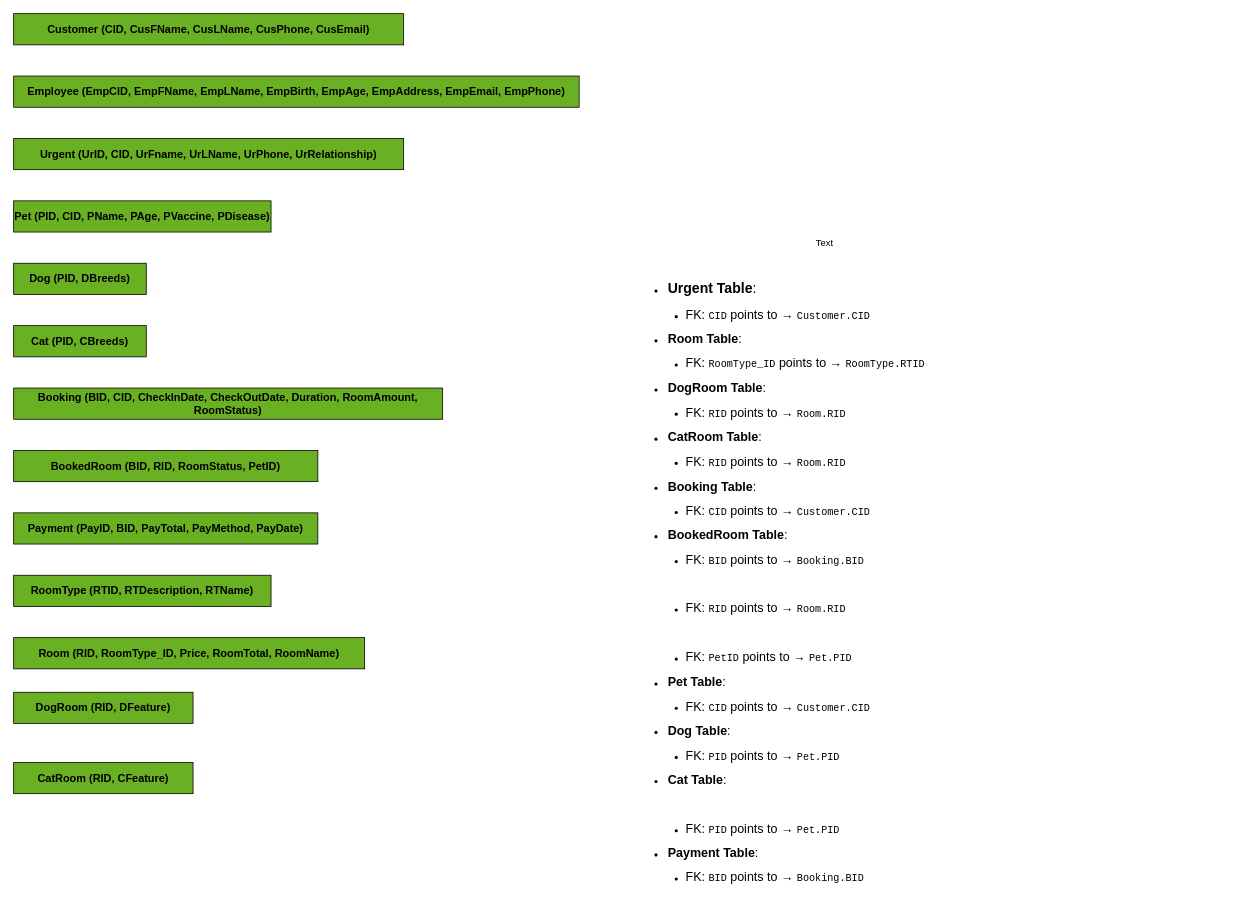
Earlier version of the draw.io diagram phase2.drawio (Poom5741/cs251ERD). Source tidied: cells renumbered, new cells numbered last; positions are measured from the earlier drawing's top-left corner, leaving out a move shared by most shapes. Both pictures are drawn from the tidied source at 78%, with x=0, y=0 at pixel (13, 13).
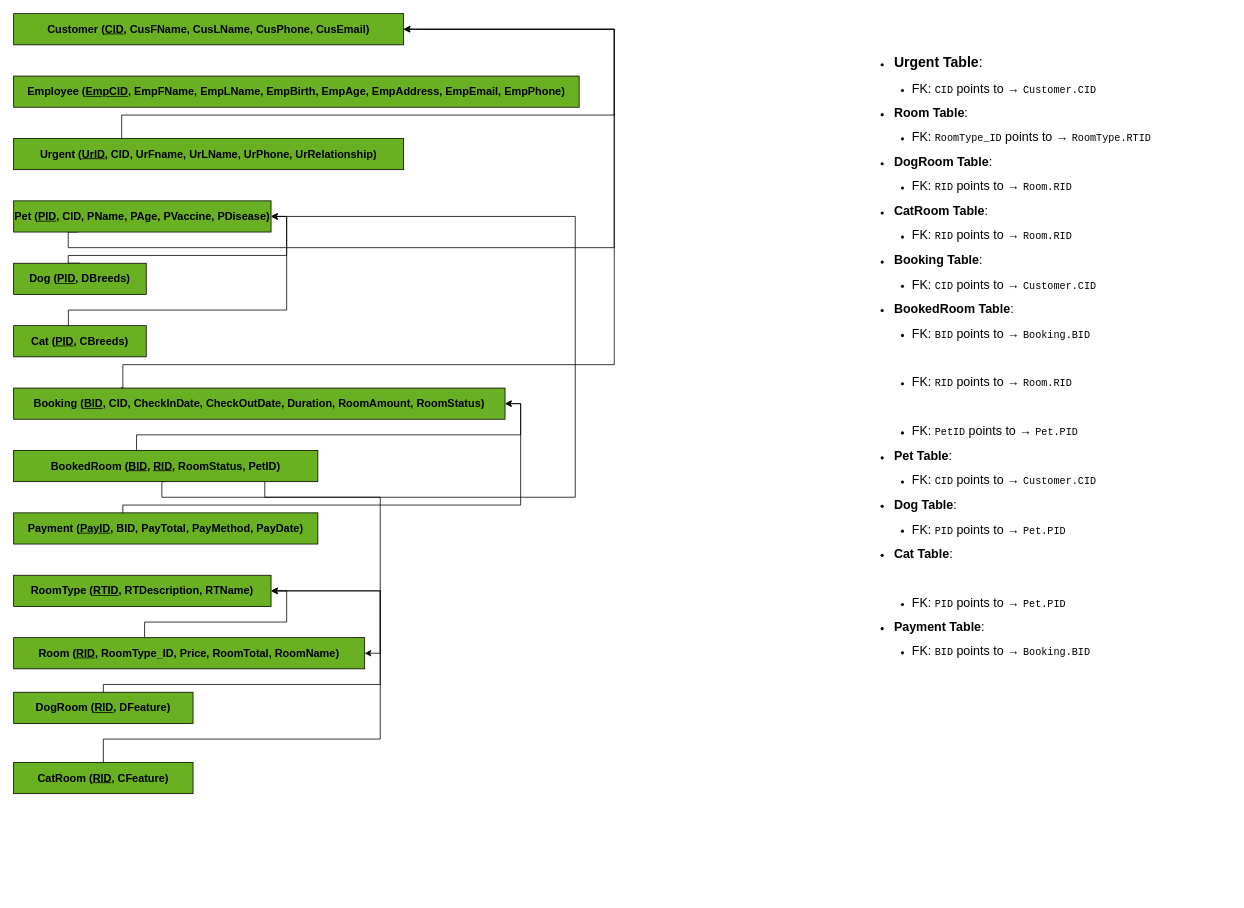
The same diagram, later.

What changed in the source:
```diff
@@
-    <mxCell id="2" value="Customer (CID, CusFName, CusLName, CusPhone, CusEmail)" style="rounded=0;whiteSpace=wrap;html=1;fillColor=#6AB023;fontStyle=1;fontSize=14;strokeColor=#000000;" parent="1" vertex="1">
+    <mxCell id="2" value="Customer (&lt;u&gt;CID&lt;/u&gt;, CusFName, CusLName, CusPhone, CusEmail)" style="rounded=0;whiteSpace=wrap;html=1;fillColor=#6AB023;fontStyle=1;fontSize=14;strokeColor=#000000;" parent="1" vertex="1">
       <mxGeometry width="500" height="40" as="geometry" />
     </mxCell>
-    <mxCell id="3" value="Employee (EmpCID, EmpFName, EmpLName, EmpBirth, EmpAge, EmpAddress, EmpEmail, EmpPhone)" style="rounded=0;whiteSpace=wrap;html=1;fillColor=#6AB023;fontStyle=1;fontSize=14;strokeColor=#000000;" parent="1" vertex="1">
+    <mxCell id="3" value="Employee (&lt;u&gt;EmpCID&lt;/u&gt;, EmpFName, EmpLName, EmpBirth, EmpAge, EmpAddress, EmpEmail, EmpPhone)" style="rounded=0;whiteSpace=wrap;html=1;fillColor=#6AB023;fontStyle=1;fontSize=14;strokeColor=#000000;" parent="1" vertex="1">
       <mxGeometry y="80" width="725" height="40" as="geometry" />
     </mxCell>
+    <mxCell id="17" style="edgeStyle=orthogonalEdgeStyle;rounded=0;jettySize=auto;html=1;exitX=0.277;exitY=0.954;exitDx=0;exitDy=0;entryX=1;entryY=0.5;entryDx=0;entryDy=0;exitPerimeter=0;" parent="1" edge="1" source="4" target="2">
+      <mxGeometry relative="1" as="geometry">
+        <Array as="points">
+          <mxPoint x="138" y="130" />
+          <mxPoint x="770" y="130" />
+          <mxPoint x="770" y="20" />
+        </Array>
+      </mxGeometry>
+    </mxCell>
-    <mxCell id="4" value="Urgent (UrID, CID, UrFname, UrLName, UrPhone, UrRelationship)" style="rounded=0;whiteSpace=wrap;html=1;fillColor=#6AB023;fontStyle=1;fontSize=14;strokeColor=#000000;" parent="1" vertex="1">
+    <mxCell id="4" value="Urgent (&lt;u&gt;UrID&lt;/u&gt;, CID, UrFname, UrLName, UrPhone, UrRelationship)" style="rounded=0;whiteSpace=wrap;html=1;fillColor=#6AB023;fontStyle=1;fontSize=14;strokeColor=#000000;" parent="1" vertex="1">
       <mxGeometry y="160" width="500" height="40" as="geometry" />
     </mxCell>
+    <mxCell id="18" style="edgeStyle=orthogonalEdgeStyle;rounded=0;jettySize=auto;html=1;exitX=0.373;exitY=-0.023;exitDx=0;exitDy=0;entryX=1;entryY=0.5;entryDx=0;entryDy=0;exitPerimeter=0;" parent="1" edge="1" source="5" target="6">
+      <mxGeometry relative="1" as="geometry" />
+    </mxCell>
-    <mxCell id="5" value="Room (RID, RoomType_ID, Price, RoomTotal, RoomName)" style="rounded=0;whiteSpace=wrap;html=1;fillColor=#6AB023;fontStyle=1;fontSize=14;strokeColor=#000000;" parent="1" vertex="1">
+    <mxCell id="5" value="Room (&lt;u&gt;RID&lt;/u&gt;, RoomType_ID, Price, RoomTotal, RoomName)" style="rounded=0;whiteSpace=wrap;html=1;fillColor=#6AB023;fontStyle=1;fontSize=14;strokeColor=#000000;" parent="1" vertex="1">
       <mxGeometry y="800" width="450" height="40" as="geometry" />
     </mxCell>
-    <mxCell id="6" value="RoomType (RTID, RTDescription, RTName)" style="rounded=0;whiteSpace=wrap;html=1;fillColor=#6AB023;fontStyle=1;fontSize=14;strokeColor=#000000;" parent="1" vertex="1">
+    <mxCell id="6" value="RoomType (&lt;u&gt;RTID&lt;/u&gt;, RTDescription, RTName)" style="rounded=0;whiteSpace=wrap;html=1;fillColor=#6AB023;fontStyle=1;fontSize=14;strokeColor=#000000;" parent="1" vertex="1">
       <mxGeometry y="720" width="330" height="40" as="geometry" />
     </mxCell>
+    <mxCell id="19" style="edgeStyle=orthogonalEdgeStyle;rounded=0;jettySize=auto;html=1;exitX=0.5;exitY=0;exitDx=0;exitDy=0;entryX=1;entryY=0.5;entryDx=0;entryDy=0;" parent="1" edge="1" source="7" target="6">
+      <mxGeometry relative="1" as="geometry">
+        <Array as="points">
+          <mxPoint x="115" y="860" />
+          <mxPoint x="470" y="860" />
+          <mxPoint x="470" y="740" />
+        </Array>
+      </mxGeometry>
+    </mxCell>
-    <mxCell id="7" value="DogRoom (RID, DFeature)" style="rounded=0;whiteSpace=wrap;html=1;fillColor=#6AB023;fontStyle=1;fontSize=14;strokeColor=#000000;" parent="1" vertex="1">
+    <mxCell id="7" value="DogRoom (&lt;u&gt;RID&lt;/u&gt;, DFeature)" style="rounded=0;whiteSpace=wrap;html=1;fillColor=#6AB023;fontStyle=1;fontSize=14;strokeColor=#000000;" parent="1" vertex="1">
       <mxGeometry y="870" width="230" height="40" as="geometry" />
     </mxCell>
+    <mxCell id="20" style="edgeStyle=orthogonalEdgeStyle;rounded=0;jettySize=auto;html=1;exitX=0.5;exitY=0;exitDx=0;exitDy=0;entryX=1;entryY=0.5;entryDx=0;entryDy=0;" parent="1" edge="1" source="8" target="6">
+      <mxGeometry relative="1" as="geometry">
+        <Array as="points">
+          <mxPoint x="115" y="930" />
+          <mxPoint x="470" y="930" />
+          <mxPoint x="470" y="740" />
+        </Array>
+      </mxGeometry>
+    </mxCell>
-    <mxCell id="8" value="CatRoom (RID, CFeature)" style="rounded=0;whiteSpace=wrap;html=1;fillColor=#6AB023;fontStyle=1;fontSize=14;strokeColor=#000000;" parent="1" vertex="1">
+    <mxCell id="8" value="CatRoom (&lt;u&gt;RID&lt;/u&gt;, CFeature)" style="rounded=0;whiteSpace=wrap;html=1;fillColor=#6AB023;fontStyle=1;fontSize=14;strokeColor=#000000;" parent="1" vertex="1">
       <mxGeometry y="960" width="230" height="40" as="geometry" />
     </mxCell>
+    <mxCell id="21" style="edgeStyle=orthogonalEdgeStyle;rounded=0;jettySize=auto;html=1;exitX=0.22;exitY=-0.035;exitDx=0;exitDy=0;entryX=1;entryY=0.5;entryDx=0;entryDy=0;exitPerimeter=0;" parent="1" edge="1" source="9" target="2">
+      <mxGeometry relative="1" as="geometry">
+        <Array as="points">
+          <mxPoint x="139" y="480" />
+          <mxPoint x="140" y="480" />
+          <mxPoint x="140" y="450" />
+          <mxPoint x="770" y="450" />
+          <mxPoint x="770" y="20" />
+        </Array>
+      </mxGeometry>
+    </mxCell>
-    <mxCell id="9" value="Booking (BID, CID, CheckInDate, CheckOutDate, Duration, RoomAmount, RoomStatus)" style="rounded=0;whiteSpace=wrap;html=1;fillColor=#6AB023;fontStyle=1;fontSize=14;strokeColor=#000000;" parent="1" vertex="1">
-      <mxGeometry y="480" width="550" height="40" as="geometry" />
+    <mxCell id="9" value="Booking (&lt;u&gt;BID&lt;/u&gt;, CID, CheckInDate, CheckOutDate, Duration, RoomAmount, RoomStatus)" style="rounded=0;whiteSpace=wrap;html=1;fillColor=#6AB023;fontStyle=1;fontSize=14;strokeColor=#000000;" parent="1" vertex="1">
+      <mxGeometry y="480" width="630" height="40" as="geometry" />
     </mxCell>
+    <mxCell id="22" style="edgeStyle=orthogonalEdgeStyle;rounded=0;jettySize=auto;html=1;exitX=0.404;exitY=-0.011;exitDx=0;exitDy=0;entryX=1;entryY=0.5;entryDx=0;entryDy=0;exitPerimeter=0;" parent="1" edge="1" source="10" target="9">
+      <mxGeometry relative="1" as="geometry" />
+    </mxCell>
+    <mxCell id="23" style="edgeStyle=orthogonalEdgeStyle;rounded=0;jettySize=auto;html=1;exitX=0.5;exitY=1;exitDx=0;exitDy=0;entryX=1;entryY=0.5;entryDx=0;entryDy=0;" parent="1" edge="1" source="10" target="5">
+      <mxGeometry relative="1" as="geometry">
+        <Array as="points">
+          <mxPoint x="190" y="600" />
+          <mxPoint x="190" y="620" />
+          <mxPoint x="470" y="620" />
+          <mxPoint x="470" y="820" />
+        </Array>
+      </mxGeometry>
+    </mxCell>
+    <mxCell id="24" style="edgeStyle=orthogonalEdgeStyle;rounded=0;jettySize=auto;html=1;entryX=1;entryY=0.5;entryDx=0;entryDy=0;" parent="1" edge="1" source="10" target="11">
+      <mxGeometry relative="1" as="geometry">
+        <Array as="points">
+          <mxPoint x="322" y="620" />
+          <mxPoint x="720" y="620" />
+          <mxPoint x="720" y="260" />
+        </Array>
+      </mxGeometry>
+    </mxCell>
-    <mxCell id="10" value="BookedRoom (BID, RID, RoomStatus, PetID)" style="rounded=0;whiteSpace=wrap;html=1;fillColor=#6AB023;fontStyle=1;fontSize=14;strokeColor=#000000;" parent="1" vertex="1">
+    <mxCell id="10" value="BookedRoom (&lt;u&gt;BID&lt;/u&gt;, &lt;u&gt;RID&lt;/u&gt;, RoomStatus, PetID)" style="rounded=0;whiteSpace=wrap;html=1;fillColor=#6AB023;fontStyle=1;fontSize=14;strokeColor=#000000;" parent="1" vertex="1">
       <mxGeometry y="560" width="390" height="40" as="geometry" />
     </mxCell>
+    <mxCell id="25" style="edgeStyle=orthogonalEdgeStyle;rounded=0;jettySize=auto;html=1;exitX=0.25;exitY=1;exitDx=0;exitDy=0;entryX=1;entryY=0.5;entryDx=0;entryDy=0;" parent="1" edge="1" source="11" target="2">
+      <mxGeometry relative="1" as="geometry">
+        <Array as="points">
+          <mxPoint x="70" y="280" />
+          <mxPoint x="70" y="300" />
+          <mxPoint x="770" y="300" />
+          <mxPoint x="770" y="20" />
+        </Array>
+      </mxGeometry>
+    </mxCell>
-    <mxCell id="11" value="Pet (PID, CID, PName, PAge, PVaccine, PDisease)" style="rounded=0;whiteSpace=wrap;html=1;fillColor=#6AB023;fontStyle=1;fontSize=14;strokeColor=#000000;" parent="1" vertex="1">
+    <mxCell id="11" value="Pet (&lt;u&gt;PID&lt;/u&gt;, CID, PName, PAge, PVaccine, PDisease)" style="rounded=0;whiteSpace=wrap;html=1;fillColor=#6AB023;fontStyle=1;fontSize=14;strokeColor=#000000;" parent="1" vertex="1">
       <mxGeometry y="240" width="330" height="40" as="geometry" />
     </mxCell>
+    <mxCell id="26" style="edgeStyle=orthogonalEdgeStyle;rounded=0;jettySize=auto;html=1;exitX=0.5;exitY=0;exitDx=0;exitDy=0;entryX=1;entryY=0.5;entryDx=0;entryDy=0;" parent="1" edge="1" source="12" target="11">
+      <mxGeometry relative="1" as="geometry">
+        <Array as="points">
+          <mxPoint x="70" y="320" />
+          <mxPoint x="70" y="310" />
+          <mxPoint x="350" y="310" />
+          <mxPoint x="350" y="260" />
+        </Array>
+      </mxGeometry>
+    </mxCell>
-    <mxCell id="12" value="Dog (PID, DBreeds)" style="rounded=0;whiteSpace=wrap;html=1;fillColor=#6AB023;fontStyle=1;fontSize=14;strokeColor=#000000;" parent="1" vertex="1">
+    <mxCell id="12" value="Dog (&lt;u&gt;PID&lt;/u&gt;, DBreeds)" style="rounded=0;whiteSpace=wrap;html=1;fillColor=#6AB023;fontStyle=1;fontSize=14;strokeColor=#000000;" parent="1" vertex="1">
       <mxGeometry y="320" width="170" height="40" as="geometry" />
     </mxCell>
+    <mxCell id="27" style="edgeStyle=orthogonalEdgeStyle;rounded=0;jettySize=auto;html=1;entryX=1;entryY=0.5;entryDx=0;entryDy=0;exitX=0.413;exitY=0.008;exitDx=0;exitDy=0;exitPerimeter=0;" parent="1" edge="1" source="13" target="11">
+      <mxGeometry relative="1" as="geometry">
+        <Array as="points">
+          <mxPoint x="70" y="380" />
+          <mxPoint x="350" y="380" />
+          <mxPoint x="350" y="260" />
+        </Array>
+      </mxGeometry>
+    </mxCell>
-    <mxCell id="13" value="Cat (PID, CBreeds)" style="rounded=0;whiteSpace=wrap;html=1;fillColor=#6AB023;fontStyle=1;fontSize=14;strokeColor=#000000;" parent="1" vertex="1">
+    <mxCell id="13" value="Cat (&lt;u&gt;PID&lt;/u&gt;, CBreeds)" style="rounded=0;whiteSpace=wrap;html=1;fillColor=#6AB023;fontStyle=1;fontSize=14;strokeColor=#000000;" parent="1" vertex="1">
       <mxGeometry y="400" width="170" height="40" as="geometry" />
     </mxCell>
+    <mxCell id="28" style="edgeStyle=orthogonalEdgeStyle;rounded=0;jettySize=auto;html=1;exitX=0.359;exitY=0.005;exitDx=0;exitDy=0;entryX=1;entryY=0.5;entryDx=0;entryDy=0;exitPerimeter=0;" parent="1" edge="1" source="14" target="9">
+      <mxGeometry relative="1" as="geometry">
+        <Array as="points">
+          <mxPoint x="140" y="630" />
+          <mxPoint x="650" y="630" />
+          <mxPoint x="650" y="500" />
+        </Array>
+      </mxGeometry>
+    </mxCell>
-    <mxCell id="14" value="Payment (PayID, BID, PayTotal, PayMethod, PayDate)" style="rounded=0;whiteSpace=wrap;html=1;fillColor=#6AB023;fontStyle=1;fontSize=14;strokeColor=#000000;" parent="1" vertex="1">
+    <mxCell id="14" value="Payment (&lt;u&gt;PayID&lt;/u&gt;, BID, PayTotal, PayMethod, PayDate)" style="rounded=0;whiteSpace=wrap;html=1;fillColor=#6AB023;fontStyle=1;fontSize=14;strokeColor=#000000;" parent="1" vertex="1">
       <mxGeometry y="640" width="390" height="40" as="geometry" />
     </mxCell>
     <mxCell id="15" value="&lt;p&gt;&lt;/p&gt;&lt;li class=&quot;whitespace-normal break-words&quot;&gt;&lt;font style=&quot;font-size: 18px;&quot;&gt;&lt;strong style=&quot;&quot;&gt;Urgent Table&lt;/strong&gt;:&lt;/font&gt;&lt;/li&gt;&lt;ul class=&quot;[&amp;amp;:not(:last-child)_ul]:pb-1 [&amp;amp;:not(:last-child)_ol]:pb-1 list-disc space-y-1.5 pl-7&quot; depth=&quot;1&quot;&gt;&lt;li class=&quot;whitespace-normal break-words&quot;&gt;&lt;font size=&quot;3&quot; style=&quot;&quot;&gt;FK: &lt;code class=&quot;bg-text-200/5 border border-0.5 border-border-300 text-danger-000 whitespace-pre-wrap rounded-[0.3rem] px-1 py-px text-[0.9rem]&quot;&gt;CID&lt;/code&gt; points to → &lt;code class=&quot;bg-text-200/5 border border-0.5 border-border-300 text-danger-000 whitespace-pre-wrap rounded-[0.3rem] px-1 py-px text-[0.9rem]&quot;&gt;Customer.CID&lt;/code&gt;&lt;/font&gt;&lt;/li&gt;&lt;/ul&gt;&lt;li class=&quot;whitespace-normal break-words&quot;&gt;&lt;font size=&quot;3&quot;&gt;&lt;strong&gt;Room Table&lt;/strong&gt;:&lt;/font&gt;&lt;/li&gt;&lt;ul class=&quot;[&amp;amp;:not(:last-child)_ul]:pb-1 [&amp;amp;:not(:last-child)_ol]:pb-1 list-disc space-y-1.5 pl-7&quot; depth=&quot;1&quot;&gt;&lt;li class=&quot;whitespace-normal break-words&quot;&gt;&lt;font size=&quot;3&quot;&gt;FK: &lt;code class=&quot;bg-text-200/5 border border-0.5 border-border-300 text-danger-000 whitespace-pre-wrap rounded-[0.3rem] px-1 py-px text-[0.9rem]&quot;&gt;RoomType_ID&lt;/code&gt; points to → &lt;code class=&quot;bg-text-200/5 border border-0.5 border-border-300 text-danger-000 whitespace-pre-wrap rounded-[0.3rem] px-1 py-px text-[0.9rem]&quot;&gt;RoomType.RTID&lt;/code&gt;&lt;/font&gt;&lt;/li&gt;&lt;/ul&gt;&lt;li class=&quot;whitespace-normal break-words&quot;&gt;&lt;font size=&quot;3&quot;&gt;&lt;strong&gt;DogRoom Table&lt;/strong&gt;:&lt;/font&gt;&lt;/li&gt;&lt;ul class=&quot;[&amp;amp;:not(:last-child)_ul]:pb-1 [&amp;amp;:not(:last-child)_ol]:pb-1 list-disc space-y-1.5 pl-7&quot; depth=&quot;1&quot;&gt;&lt;li class=&quot;whitespace-normal break-words&quot;&gt;&lt;font size=&quot;3&quot;&gt;FK: &lt;code class=&quot;bg-text-200/5 border border-0.5 border-border-300 text-danger-000 whitespace-pre-wrap rounded-[0.3rem] px-1 py-px text-[0.9rem]&quot;&gt;RID&lt;/code&gt; points to → &lt;code class=&quot;bg-text-200/5 border border-0.5 border-border-300 text-danger-000 whitespace-pre-wrap rounded-[0.3rem] px-1 py-px text-[0.9rem]&quot;&gt;Room.RID&lt;/code&gt;&lt;/font&gt;&lt;/li&gt;&lt;/ul&gt;&lt;li class=&quot;whitespace-normal break-words&quot;&gt;&lt;font size=&quot;3&quot;&gt;&lt;strong&gt;CatRoom Table&lt;/strong&gt;:&lt;/font&gt;&lt;/li&gt;&lt;ul class=&quot;[&amp;amp;:not(:last-child)_ul]:pb-1 [&amp;amp;:not(:last-child)_ol]:pb-1 list-disc space-y-1.5 pl-7&quot; depth=&quot;1&quot;&gt;&lt;li class=&quot;whitespace-normal break-words&quot;&gt;&lt;font size=&quot;3&quot;&gt;FK: &lt;code class=&quot;bg-text-200/5 border border-0.5 border-border-300 text-danger-000 whitespace-pre-wrap rounded-[0.3rem] px-1 py-px text-[0.9rem]&quot;&gt;RID&lt;/code&gt; points to → &lt;code class=&quot;bg-text-200/5 border border-0.5 border-border-300 text-danger-000 whitespace-pre-wrap rounded-[0.3rem] px-1 py-px text-[0.9rem]&quot;&gt;Room.RID&lt;/code&gt;&lt;/font&gt;&lt;/li&gt;&lt;/ul&gt;&lt;li class=&quot;whitespace-normal break-words&quot;&gt;&lt;font size=&quot;3&quot;&gt;&lt;strong&gt;Booking Table&lt;/strong&gt;:&lt;/font&gt;&lt;/li&gt;&lt;ul class=&quot;[&amp;amp;:not(:last-child)_ul]:pb-1 [&amp;amp;:not(:last-child)_ol]:pb-1 list-disc space-y-1.5 pl-7&quot; depth=&quot;1&quot;&gt;&lt;li class=&quot;whitespace-normal break-words&quot;&gt;&lt;font size=&quot;3&quot;&gt;FK: &lt;code class=&quot;bg-text-200/5 border border-0.5 border-border-300 text-danger-000 whitespace-pre-wrap rounded-[0.3rem] px-1 py-px text-[0.9rem]&quot;&gt;CID&lt;/code&gt; points to → &lt;code class=&quot;bg-text-200/5 border border-0.5 border-border-300 text-danger-000 whitespace-pre-wrap rounded-[0.3rem] px-1 py-px text-[0.9rem]&quot;&gt;Customer.CID&lt;/code&gt;&lt;/font&gt;&lt;/li&gt;&lt;/ul&gt;&lt;li class=&quot;whitespace-normal break-words&quot;&gt;&lt;font size=&quot;3&quot;&gt;&lt;strong&gt;BookedRoom Table&lt;/strong&gt;:&lt;/font&gt;&lt;/li&gt;&lt;ul class=&quot;[&amp;amp;:not(:last-child)_ul]:pb-1 [&amp;amp;:not(:last-child)_ol]:pb-1 list-disc space-y-1.5 pl-7&quot; depth=&quot;1&quot;&gt;&lt;li class=&quot;whitespace-normal break-words&quot;&gt;&lt;font size=&quot;3&quot;&gt;FK: &lt;code class=&quot;bg-text-200/5 border border-0.5 border-border-300 text-danger-000 whitespace-pre-wrap rounded-[0.3rem] px-1 py-px text-[0.9rem]&quot;&gt;BID&lt;/code&gt; points to → &lt;code class=&quot;bg-text-200/5 border border-0.5 border-border-300 text-danger-000 whitespace-pre-wrap rounded-[0.3rem] px-1 py-px text-[0.9rem]&quot;&gt;Booking.BID&lt;/code&gt;&lt;/font&gt;&lt;/li&gt;&lt;/ul&gt;&lt;ul class=&quot;[&amp;amp;:not(:last-child)_ul]:pb-1 [&amp;amp;:not(:last-child)_ol]:pb-1 list-disc space-y-1.5 pl-7&quot; depth=&quot;1&quot;&gt;&lt;font size=&quot;3&quot;&gt;&lt;br&gt;&lt;/font&gt;&lt;/ul&gt;&lt;ul class=&quot;[&amp;amp;:not(:last-child)_ul]:pb-1 [&amp;amp;:not(:last-child)_ol]:pb-1 list-disc space-y-1.5 pl-7&quot; depth=&quot;1&quot;&gt;&lt;li class=&quot;whitespace-normal break-words&quot;&gt;&lt;font size=&quot;3&quot;&gt;FK: &lt;code class=&quot;bg-text-200/5 border border-0.5 border-border-300 text-danger-000 whitespace-pre-wrap rounded-[0.3rem] px-1 py-px text-[0.9rem]&quot;&gt;RID&lt;/code&gt; points to → &lt;code class=&quot;bg-text-200/5 border border-0.5 border-border-300 text-danger-000 whitespace-pre-wrap rounded-[0.3rem] px-1 py-px text-[0.9rem]&quot;&gt;Room.RID&lt;/code&gt;&lt;/font&gt;&lt;/li&gt;&lt;/ul&gt;&lt;ul class=&quot;[&amp;amp;:not(:last-child)_ul]:pb-1 [&amp;amp;:not(:last-child)_ol]:pb-1 list-disc space-y-1.5 pl-7&quot; depth=&quot;1&quot;&gt;&lt;font size=&quot;3&quot;&gt;&lt;br&gt;&lt;/font&gt;&lt;/ul&gt;&lt;ul class=&quot;[&amp;amp;:not(:last-child)_ul]:pb-1 [&amp;amp;:not(:last-child)_ol]:pb-1 list-disc space-y-1.5 pl-7&quot; depth=&quot;1&quot;&gt;&lt;li class=&quot;whitespace-normal break-words&quot;&gt;&lt;font size=&quot;3&quot;&gt;FK: &lt;code class=&quot;bg-text-200/5 border border-0.5 border-border-300 text-danger-000 whitespace-pre-wrap rounded-[0.3rem] px-1 py-px text-[0.9rem]&quot;&gt;PetID&lt;/code&gt; points to → &lt;code class=&quot;bg-text-200/5 border border-0.5 border-border-300 text-danger-000 whitespace-pre-wrap rounded-[0.3rem] px-1 py-px text-[0.9rem]&quot;&gt;Pet.PID&lt;/code&gt;&lt;/font&gt;&lt;/li&gt;&lt;/ul&gt;&lt;li class=&quot;whitespace-normal break-words&quot;&gt;&lt;font size=&quot;3&quot;&gt;&lt;strong&gt;Pet Table&lt;/strong&gt;:&lt;/font&gt;&lt;/li&gt;&lt;ul class=&quot;[&amp;amp;:not(:last-child)_ul]:pb-1 [&amp;amp;:not(:last-child)_ol]:pb-1 list-disc space-y-1.5 pl-7&quot; depth=&quot;1&quot;&gt;&lt;li class=&quot;whitespace-normal break-words&quot;&gt;&lt;font size=&quot;3&quot;&gt;FK: &lt;code class=&quot;bg-text-200/5 border border-0.5 border-border-300 text-danger-000 whitespace-pre-wrap rounded-[0.3rem] px-1 py-px text-[0.9rem]&quot;&gt;CID&lt;/code&gt; points to → &lt;code class=&quot;bg-text-200/5 border border-0.5 border-border-300 text-danger-000 whitespace-pre-wrap rounded-[0.3rem] px-1 py-px text-[0.9rem]&quot;&gt;Customer.CID&lt;/code&gt;&lt;/font&gt;&lt;/li&gt;&lt;/ul&gt;&lt;li class=&quot;whitespace-normal break-words&quot;&gt;&lt;font size=&quot;3&quot;&gt;&lt;strong&gt;Dog Table&lt;/strong&gt;:&lt;/font&gt;&lt;/li&gt;&lt;ul class=&quot;[&amp;amp;:not(:last-child)_ul]:pb-1 [&amp;amp;:not(:last-child)_ol]:pb-1 list-disc space-y-1.5 pl-7&quot; depth=&quot;1&quot;&gt;&lt;li class=&quot;whitespace-normal break-words&quot;&gt;&lt;font size=&quot;3&quot;&gt;FK: &lt;code class=&quot;bg-text-200/5 border border-0.5 border-border-300 text-danger-000 whitespace-pre-wrap rounded-[0.3rem] px-1 py-px text-[0.9rem]&quot;&gt;PID&lt;/code&gt; points to → &lt;code class=&quot;bg-text-200/5 border border-0.5 border-border-300 text-danger-000 whitespace-pre-wrap rounded-[0.3rem] px-1 py-px text-[0.9rem]&quot;&gt;Pet.PID&lt;/code&gt;&lt;/font&gt;&lt;/li&gt;&lt;/ul&gt;&lt;li class=&quot;whitespace-normal break-words&quot;&gt;&lt;font size=&quot;3&quot;&gt;&lt;strong&gt;Cat Table&lt;/strong&gt;:&lt;/font&gt;&lt;/li&gt;&lt;ul class=&quot;[&amp;amp;:not(:last-child)_ul]:pb-1 [&amp;amp;:not(:last-child)_ol]:pb-1 list-disc space-y-1.5 pl-7&quot; depth=&quot;1&quot;&gt;&lt;font size=&quot;3&quot;&gt;&lt;br&gt;&lt;/font&gt;&lt;/ul&gt;&lt;ul class=&quot;[&amp;amp;:not(:last-child)_ul]:pb-1 [&amp;amp;:not(:last-child)_ol]:pb-1 list-disc space-y-1.5 pl-7&quot; depth=&quot;1&quot;&gt;&lt;li class=&quot;whitespace-normal break-words&quot;&gt;&lt;font size=&quot;3&quot;&gt;FK: &lt;code class=&quot;bg-text-200/5 border border-0.5 border-border-300 text-danger-000 whitespace-pre-wrap rounded-[0.3rem] px-1 py-px text-[0.9rem]&quot;&gt;PID&lt;/code&gt; points to → &lt;code class=&quot;bg-text-200/5 border border-0.5 border-border-300 text-danger-000 whitespace-pre-wrap rounded-[0.3rem] px-1 py-px text-[0.9rem]&quot;&gt;Pet.PID&lt;/code&gt;&lt;/font&gt;&lt;/li&gt;&lt;/ul&gt;&lt;li class=&quot;whitespace-normal break-words&quot;&gt;&lt;font size=&quot;3&quot;&gt;&lt;strong&gt;Payment Table&lt;/strong&gt;:&lt;/font&gt;&lt;/li&gt;&lt;ul class=&quot;[&amp;amp;:not(:last-child)_ul]:pb-1 [&amp;amp;:not(:last-child)_ol]:pb-1 list-disc space-y-1.5 pl-7&quot; depth=&quot;1&quot;&gt;&lt;li class=&quot;whitespace-normal break-words&quot;&gt;&lt;font size=&quot;3&quot;&gt;FK: &lt;code class=&quot;bg-text-200/5 border border-0.5 border-border-300 text-danger-000 whitespace-pre-wrap rounded-[0.3rem] px-1 py-px text-[0.9rem]&quot;&gt;BID&lt;/code&gt; points to → &lt;code class=&quot;bg-text-200/5 border border-0.5 border-border-300 text-danger-000 whitespace-pre-wrap rounded-[0.3rem] px-1 py-px text-[0.9rem]&quot;&gt;Booking.BID&lt;/code&gt;&lt;/font&gt;&lt;/li&gt;&lt;/ul&gt;&lt;p&gt;&lt;/p&gt;" style="text;html=1;align=left;verticalAlign=middle;whiteSpace=wrap;rounded=0;" parent="1" vertex="1">
-      <mxGeometry x="820" y="400" width="450" height="660" as="geometry" />
+      <mxGeometry x="1110" y="110" width="450" height="660" as="geometry" />
     </mxCell>
-    <mxCell id="16" value="Text" style="text;html=1;align=center;verticalAlign=middle;whiteSpace=wrap;rounded=0;" parent="1" vertex="1">
-      <mxGeometry x="1010" y="280" width="60" height="30" as="geometry" />
-    </mxCell>
```
